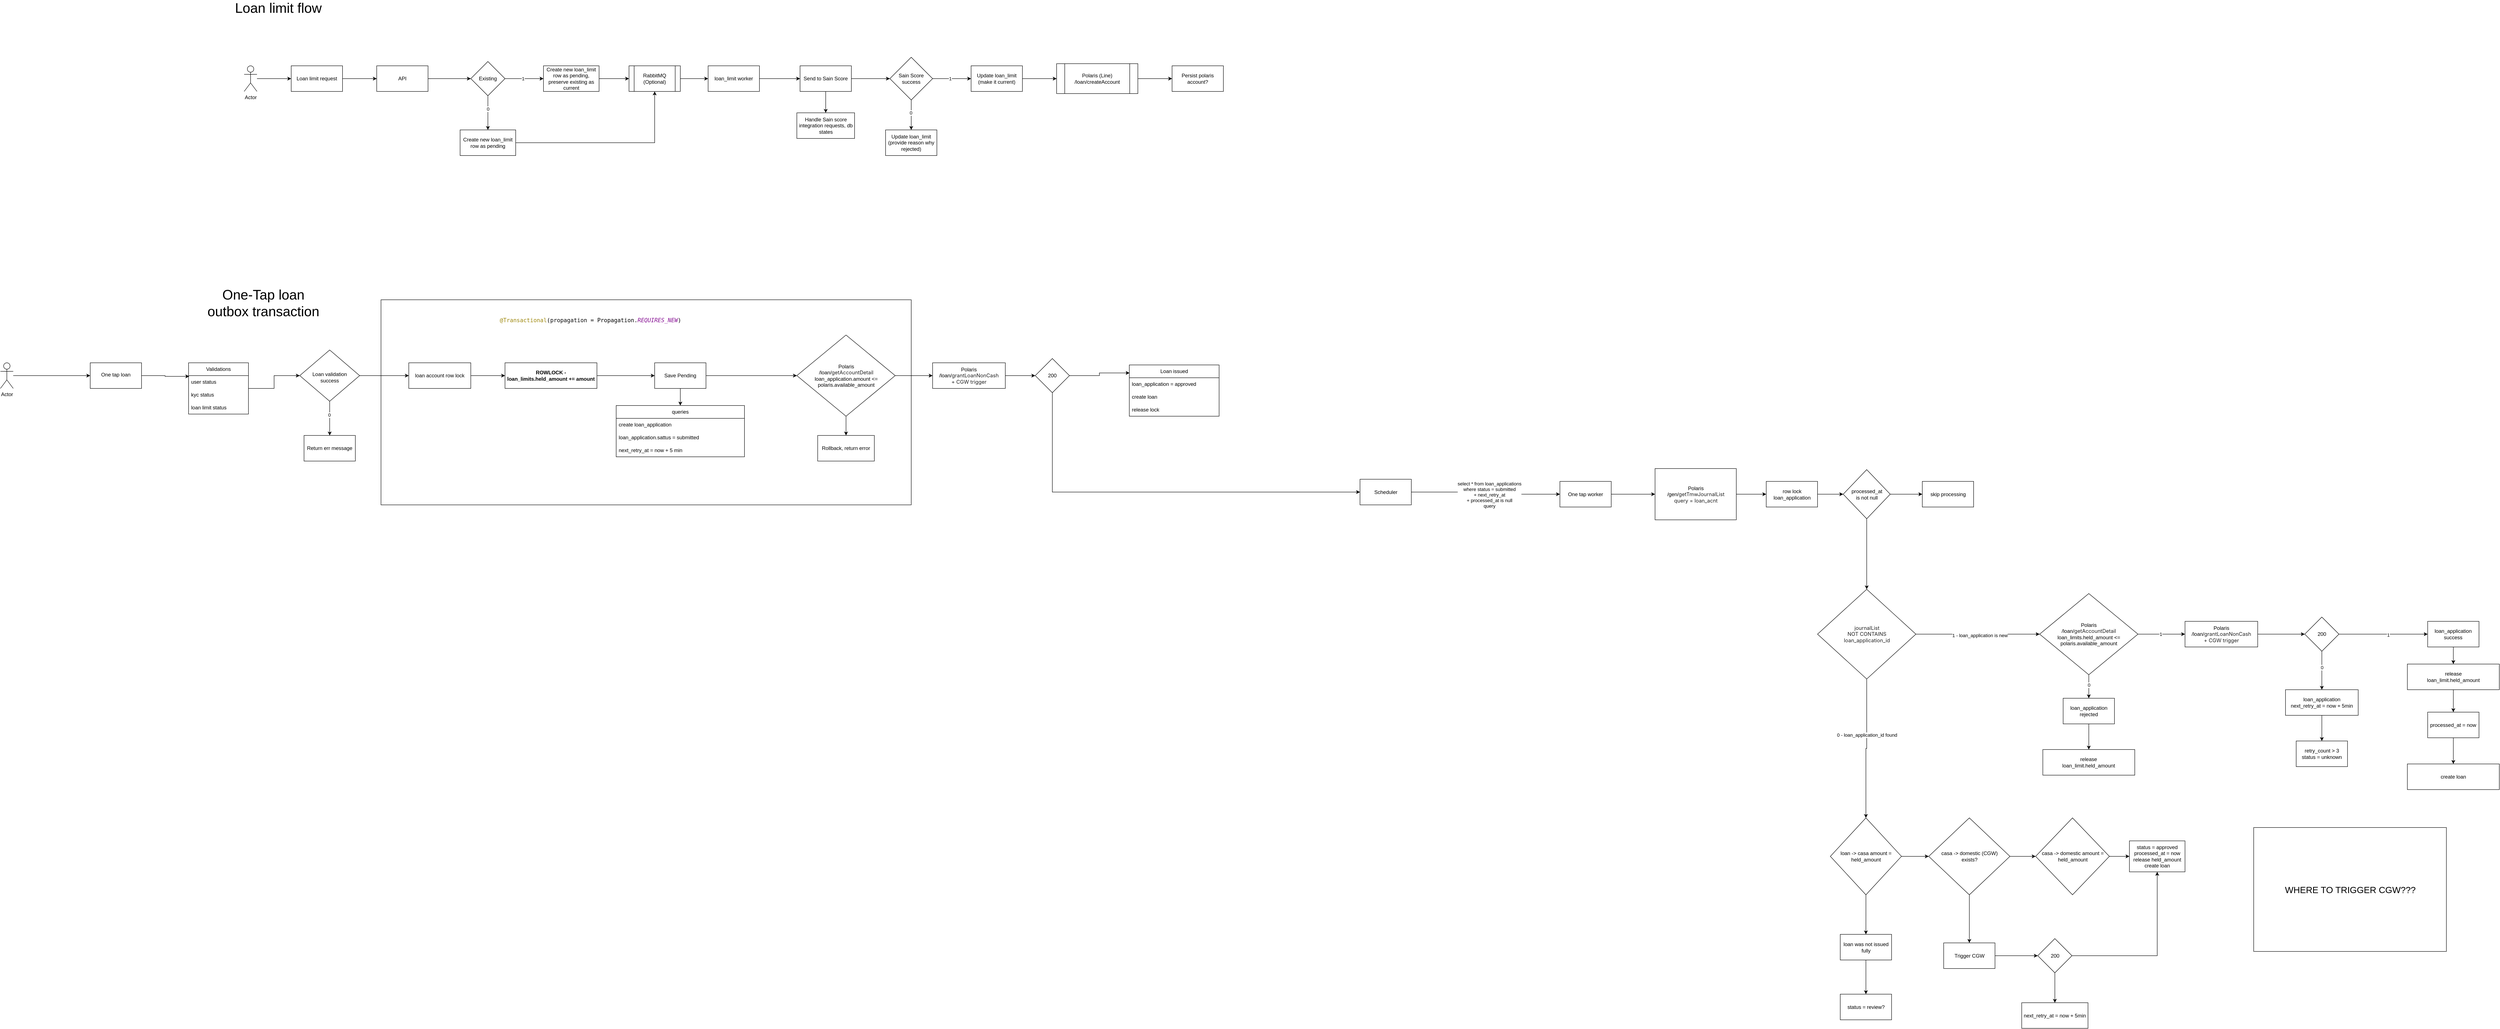
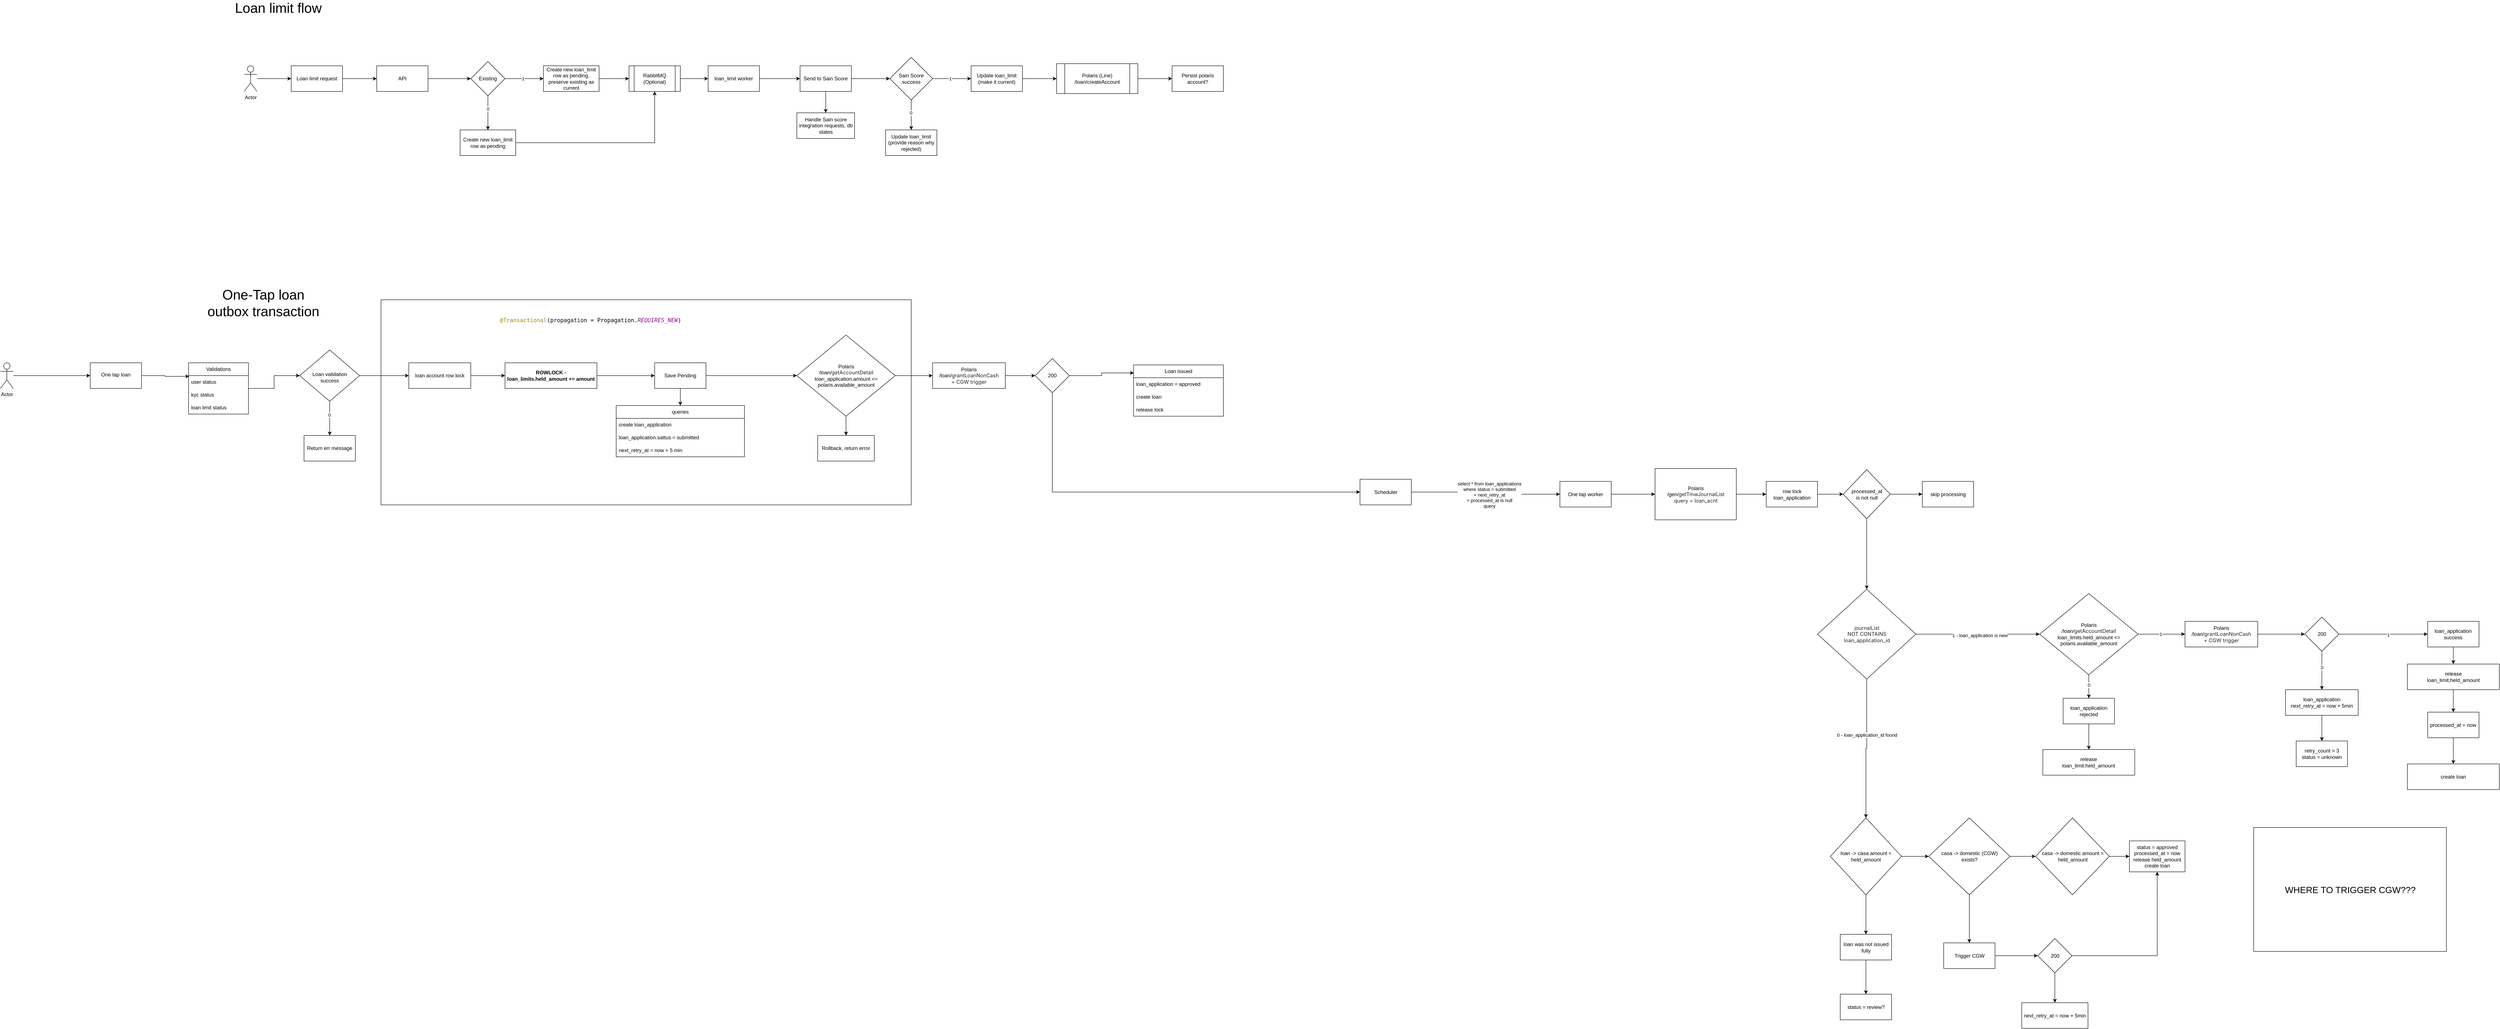
<mxfile host="app.diagrams.net">
  <diagram name="Page-1" id="VCBSuIh8bz7kurrQ0Zaz">
    <mxGraphModel dx="2259" dy="824" grid="1" gridSize="10" guides="1" tooltips="1" connect="1" arrows="1" fold="1" page="1" pageScale="1" pageWidth="850" pageHeight="1100" math="0" shadow="0">
      <root>
        <mxCell id="0" />
        <mxCell id="1" parent="0" />
        <mxCell id="In8fDh9ZLN2M87an2Miy-172" parent="1" style="rounded=0;whiteSpace=wrap;html=1;" value="" vertex="1">
          <mxGeometry height="480" width="1240" x="360" y="757.5" as="geometry" />
        </mxCell>
        <mxCell id="KqixbsF9o6dLofBvsG9t-5" edge="1" parent="1" source="KqixbsF9o6dLofBvsG9t-1" style="edgeStyle=orthogonalEdgeStyle;rounded=0;orthogonalLoop=1;jettySize=auto;html=1;" target="KqixbsF9o6dLofBvsG9t-4" value="">
          <mxGeometry relative="1" as="geometry" />
        </mxCell>
        <mxCell id="KqixbsF9o6dLofBvsG9t-1" parent="1" style="rounded=0;whiteSpace=wrap;html=1;" value="Loan limit request" vertex="1">
          <mxGeometry height="60" width="120" x="150" y="210" as="geometry" />
        </mxCell>
        <mxCell id="KqixbsF9o6dLofBvsG9t-3" edge="1" parent="1" source="KqixbsF9o6dLofBvsG9t-2" style="edgeStyle=orthogonalEdgeStyle;rounded=0;orthogonalLoop=1;jettySize=auto;html=1;" target="KqixbsF9o6dLofBvsG9t-1" value="">
          <mxGeometry relative="1" as="geometry" />
        </mxCell>
        <mxCell id="KqixbsF9o6dLofBvsG9t-2" parent="1" style="shape=umlActor;verticalLabelPosition=bottom;verticalAlign=top;html=1;outlineConnect=0;" value="Actor" vertex="1">
          <mxGeometry height="60" width="30" x="40" y="210" as="geometry" />
        </mxCell>
        <mxCell id="KqixbsF9o6dLofBvsG9t-9" edge="1" parent="1" source="KqixbsF9o6dLofBvsG9t-4" style="edgeStyle=orthogonalEdgeStyle;rounded=0;orthogonalLoop=1;jettySize=auto;html=1;" target="KqixbsF9o6dLofBvsG9t-8" value="">
          <mxGeometry relative="1" as="geometry" />
        </mxCell>
        <mxCell id="KqixbsF9o6dLofBvsG9t-4" parent="1" style="rounded=0;whiteSpace=wrap;html=1;" value="API" vertex="1">
          <mxGeometry height="60" width="120" x="350" y="210" as="geometry" />
        </mxCell>
        <mxCell id="KqixbsF9o6dLofBvsG9t-11" edge="1" parent="1" source="KqixbsF9o6dLofBvsG9t-8" style="edgeStyle=orthogonalEdgeStyle;rounded=0;orthogonalLoop=1;jettySize=auto;html=1;" target="KqixbsF9o6dLofBvsG9t-10" value="">
          <mxGeometry relative="1" as="geometry" />
        </mxCell>
        <mxCell id="KqixbsF9o6dLofBvsG9t-12" connectable="0" parent="KqixbsF9o6dLofBvsG9t-11" style="edgeLabel;html=1;align=center;verticalAlign=middle;resizable=0;points=[];" value="1" vertex="1">
          <mxGeometry relative="1" x="-0.079" as="geometry">
            <mxPoint as="offset" />
          </mxGeometry>
        </mxCell>
        <mxCell id="KqixbsF9o6dLofBvsG9t-14" edge="1" parent="1" source="KqixbsF9o6dLofBvsG9t-8" style="edgeStyle=orthogonalEdgeStyle;rounded=0;orthogonalLoop=1;jettySize=auto;html=1;" target="KqixbsF9o6dLofBvsG9t-13" value="">
          <mxGeometry relative="1" as="geometry" />
        </mxCell>
        <mxCell id="KqixbsF9o6dLofBvsG9t-15" connectable="0" parent="KqixbsF9o6dLofBvsG9t-14" style="edgeLabel;html=1;align=center;verticalAlign=middle;resizable=0;points=[];" value="0" vertex="1">
          <mxGeometry relative="1" x="-0.2407" as="geometry">
            <mxPoint as="offset" />
          </mxGeometry>
        </mxCell>
        <mxCell id="KqixbsF9o6dLofBvsG9t-8" parent="1" style="rhombus;whiteSpace=wrap;html=1;rounded=0;" value="Existing" vertex="1">
          <mxGeometry height="80" width="80" x="570" y="200" as="geometry" />
        </mxCell>
        <mxCell id="KqixbsF9o6dLofBvsG9t-23" edge="1" parent="1" source="KqixbsF9o6dLofBvsG9t-10" style="edgeStyle=orthogonalEdgeStyle;rounded=0;orthogonalLoop=1;jettySize=auto;html=1;" target="KqixbsF9o6dLofBvsG9t-22" value="">
          <mxGeometry relative="1" as="geometry" />
        </mxCell>
        <mxCell id="KqixbsF9o6dLofBvsG9t-10" parent="1" style="whiteSpace=wrap;html=1;rounded=0;" value="Create new loan_limit row as pending, preserve existing as current" vertex="1">
          <mxGeometry height="60" width="130" x="740" y="210" as="geometry" />
        </mxCell>
        <mxCell id="KqixbsF9o6dLofBvsG9t-26" edge="1" parent="1" source="KqixbsF9o6dLofBvsG9t-13" style="edgeStyle=orthogonalEdgeStyle;rounded=0;orthogonalLoop=1;jettySize=auto;html=1;entryX=0.5;entryY=1;entryDx=0;entryDy=0;" target="KqixbsF9o6dLofBvsG9t-22">
          <mxGeometry relative="1" as="geometry" />
        </mxCell>
        <mxCell id="KqixbsF9o6dLofBvsG9t-13" parent="1" style="whiteSpace=wrap;html=1;rounded=0;" value="Create new loan_limit row as pending" vertex="1">
          <mxGeometry height="60" width="130" x="545" y="360" as="geometry" />
        </mxCell>
        <mxCell id="KqixbsF9o6dLofBvsG9t-25" edge="1" parent="1" source="KqixbsF9o6dLofBvsG9t-22" style="edgeStyle=orthogonalEdgeStyle;rounded=0;orthogonalLoop=1;jettySize=auto;html=1;" target="KqixbsF9o6dLofBvsG9t-24" value="">
          <mxGeometry relative="1" as="geometry" />
        </mxCell>
        <mxCell id="KqixbsF9o6dLofBvsG9t-22" parent="1" style="shape=process;whiteSpace=wrap;html=1;backgroundOutline=1;rounded=0;" value="RabbitMQ (Optional)" vertex="1">
          <mxGeometry height="60" width="120" x="940" y="210" as="geometry" />
        </mxCell>
        <mxCell id="KqixbsF9o6dLofBvsG9t-28" edge="1" parent="1" source="KqixbsF9o6dLofBvsG9t-24" style="edgeStyle=orthogonalEdgeStyle;rounded=0;orthogonalLoop=1;jettySize=auto;html=1;" target="KqixbsF9o6dLofBvsG9t-27" value="">
          <mxGeometry relative="1" as="geometry" />
        </mxCell>
        <mxCell id="KqixbsF9o6dLofBvsG9t-24" parent="1" style="whiteSpace=wrap;html=1;rounded=0;" value="loan_limit worker" vertex="1">
          <mxGeometry height="60" width="120" x="1125" y="210" as="geometry" />
        </mxCell>
        <mxCell id="KqixbsF9o6dLofBvsG9t-30" edge="1" parent="1" source="KqixbsF9o6dLofBvsG9t-27" style="edgeStyle=orthogonalEdgeStyle;rounded=0;orthogonalLoop=1;jettySize=auto;html=1;" target="KqixbsF9o6dLofBvsG9t-29" value="">
          <mxGeometry relative="1" as="geometry" />
        </mxCell>
        <mxCell id="KqixbsF9o6dLofBvsG9t-38" edge="1" parent="1" source="KqixbsF9o6dLofBvsG9t-27" style="edgeStyle=orthogonalEdgeStyle;rounded=0;orthogonalLoop=1;jettySize=auto;html=1;" target="KqixbsF9o6dLofBvsG9t-37" value="">
          <mxGeometry relative="1" as="geometry" />
        </mxCell>
        <mxCell id="KqixbsF9o6dLofBvsG9t-27" parent="1" style="whiteSpace=wrap;html=1;rounded=0;" value="Send to Sain Score" vertex="1">
          <mxGeometry height="60" width="120" x="1340" y="210" as="geometry" />
        </mxCell>
        <mxCell id="KqixbsF9o6dLofBvsG9t-32" edge="1" parent="1" source="KqixbsF9o6dLofBvsG9t-29" style="edgeStyle=orthogonalEdgeStyle;rounded=0;orthogonalLoop=1;jettySize=auto;html=1;" target="KqixbsF9o6dLofBvsG9t-31" value="">
          <mxGeometry relative="1" as="geometry" />
        </mxCell>
        <mxCell id="KqixbsF9o6dLofBvsG9t-33" connectable="0" parent="KqixbsF9o6dLofBvsG9t-32" style="edgeLabel;html=1;align=center;verticalAlign=middle;resizable=0;points=[];" value="1" vertex="1">
          <mxGeometry relative="1" x="-0.1048" as="geometry">
            <mxPoint as="offset" />
          </mxGeometry>
        </mxCell>
        <mxCell id="KqixbsF9o6dLofBvsG9t-35" edge="1" parent="1" source="KqixbsF9o6dLofBvsG9t-29" style="edgeStyle=orthogonalEdgeStyle;rounded=0;orthogonalLoop=1;jettySize=auto;html=1;" target="KqixbsF9o6dLofBvsG9t-34" value="">
          <mxGeometry relative="1" as="geometry" />
        </mxCell>
        <mxCell id="KqixbsF9o6dLofBvsG9t-36" connectable="0" parent="KqixbsF9o6dLofBvsG9t-35" style="edgeLabel;html=1;align=center;verticalAlign=middle;resizable=0;points=[];" value="0" vertex="1">
          <mxGeometry relative="1" x="-0.1429" y="-1" as="geometry">
            <mxPoint as="offset" />
          </mxGeometry>
        </mxCell>
        <mxCell id="KqixbsF9o6dLofBvsG9t-29" parent="1" style="rhombus;whiteSpace=wrap;html=1;rounded=0;" value="Sain Score success" vertex="1">
          <mxGeometry height="100" width="100" x="1550" y="190" as="geometry" />
        </mxCell>
        <mxCell id="KqixbsF9o6dLofBvsG9t-66" edge="1" parent="1" source="KqixbsF9o6dLofBvsG9t-31" style="edgeStyle=orthogonalEdgeStyle;rounded=0;orthogonalLoop=1;jettySize=auto;html=1;" target="KqixbsF9o6dLofBvsG9t-65" value="">
          <mxGeometry relative="1" as="geometry" />
        </mxCell>
        <mxCell id="KqixbsF9o6dLofBvsG9t-31" parent="1" style="whiteSpace=wrap;html=1;rounded=0;" value="Update loan_limit (make it current)" vertex="1">
          <mxGeometry height="60" width="120" x="1740" y="210" as="geometry" />
        </mxCell>
        <mxCell id="KqixbsF9o6dLofBvsG9t-34" parent="1" style="whiteSpace=wrap;html=1;rounded=0;" value="Update loan_limit&lt;br&gt;(provide reason why rejected)" vertex="1">
          <mxGeometry height="60" width="120" x="1540" y="360" as="geometry" />
        </mxCell>
        <mxCell id="KqixbsF9o6dLofBvsG9t-37" parent="1" style="whiteSpace=wrap;html=1;rounded=0;" value="Handle Sain score integration requests, db states" vertex="1">
          <mxGeometry height="60" width="135" x="1332.5" y="320" as="geometry" />
        </mxCell>
        <mxCell id="KqixbsF9o6dLofBvsG9t-40" parent="1" style="text;html=1;whiteSpace=wrap;strokeColor=none;fillColor=none;align=center;verticalAlign=middle;rounded=0;fontSize=32;" value="Loan limit flow" vertex="1">
          <mxGeometry height="30" width="260" x="-10" y="60" as="geometry" />
        </mxCell>
        <mxCell id="KqixbsF9o6dLofBvsG9t-74" edge="1" parent="1" source="KqixbsF9o6dLofBvsG9t-65" style="edgeStyle=orthogonalEdgeStyle;rounded=0;orthogonalLoop=1;jettySize=auto;html=1;" target="KqixbsF9o6dLofBvsG9t-73" value="">
          <mxGeometry relative="1" as="geometry" />
        </mxCell>
        <mxCell id="KqixbsF9o6dLofBvsG9t-65" parent="1" style="shape=process;whiteSpace=wrap;html=1;backgroundOutline=1;rounded=0;" value="Polaris (Line)&lt;br&gt;/loan/createAccount" vertex="1">
          <mxGeometry height="70" width="190" x="1940" y="205" as="geometry" />
        </mxCell>
        <mxCell id="KqixbsF9o6dLofBvsG9t-73" parent="1" style="whiteSpace=wrap;html=1;rounded=0;" value="Persist polaris account?" vertex="1">
          <mxGeometry height="60" width="120" x="2210" y="210" as="geometry" />
        </mxCell>
        <mxCell id="U8Ajh8Gpa-m2DNKNFQys-1" parent="1" style="text;html=1;whiteSpace=wrap;strokeColor=none;fillColor=none;align=center;verticalAlign=middle;rounded=0;fontSize=32;" value="One-Tap loan&lt;br&gt;outbox transaction" vertex="1">
          <mxGeometry height="30" width="470" x="-150" y="750" as="geometry" />
        </mxCell>
        <mxCell id="In8fDh9ZLN2M87an2Miy-1" edge="1" parent="1" source="In8fDh9ZLN2M87an2Miy-2" style="edgeStyle=orthogonalEdgeStyle;rounded=0;orthogonalLoop=1;jettySize=auto;html=1;" target="In8fDh9ZLN2M87an2Miy-4" value="">
          <mxGeometry relative="1" as="geometry" />
        </mxCell>
        <mxCell id="In8fDh9ZLN2M87an2Miy-2" parent="1" style="shape=umlActor;verticalLabelPosition=bottom;verticalAlign=top;html=1;outlineConnect=0;" value="Actor" vertex="1">
          <mxGeometry height="60" width="30" x="-530" y="905" as="geometry" />
        </mxCell>
        <mxCell id="In8fDh9ZLN2M87an2Miy-3" edge="1" parent="1" source="In8fDh9ZLN2M87an2Miy-4" style="edgeStyle=orthogonalEdgeStyle;rounded=0;orthogonalLoop=1;jettySize=auto;html=1;entryX=0.011;entryY=0.06;entryDx=0;entryDy=0;entryPerimeter=0;" target="In8fDh9ZLN2M87an2Miy-28" value="">
          <mxGeometry relative="1" as="geometry">
            <mxPoint x="-110" y="935" as="targetPoint" />
          </mxGeometry>
        </mxCell>
        <mxCell id="In8fDh9ZLN2M87an2Miy-4" parent="1" style="whiteSpace=wrap;html=1;verticalAlign=top;" value="&lt;div&gt;&lt;br&gt;&lt;/div&gt;&lt;div&gt;One tap loan&lt;/div&gt;" vertex="1">
          <mxGeometry height="60" width="120" x="-320" y="905" as="geometry" />
        </mxCell>
        <mxCell id="In8fDh9ZLN2M87an2Miy-7" edge="1" parent="1" source="In8fDh9ZLN2M87an2Miy-9" style="edgeStyle=orthogonalEdgeStyle;rounded=0;orthogonalLoop=1;jettySize=auto;html=1;" target="In8fDh9ZLN2M87an2Miy-13" value="">
          <mxGeometry relative="1" as="geometry" />
        </mxCell>
        <mxCell id="In8fDh9ZLN2M87an2Miy-8" connectable="0" parent="In8fDh9ZLN2M87an2Miy-7" style="edgeLabel;html=1;align=center;verticalAlign=middle;resizable=0;points=[];" value="0" vertex="1">
          <mxGeometry relative="1" x="-0.2091" y="-1" as="geometry">
            <mxPoint as="offset" />
          </mxGeometry>
        </mxCell>
        <mxCell id="In8fDh9ZLN2M87an2Miy-163" edge="1" parent="1" source="In8fDh9ZLN2M87an2Miy-9" style="edgeStyle=orthogonalEdgeStyle;rounded=0;orthogonalLoop=1;jettySize=auto;html=1;entryX=0;entryY=0.5;entryDx=0;entryDy=0;" target="In8fDh9ZLN2M87an2Miy-161">
          <mxGeometry relative="1" as="geometry" />
        </mxCell>
        <mxCell id="In8fDh9ZLN2M87an2Miy-9" parent="1" style="rhombus;whiteSpace=wrap;html=1;verticalAlign=top;" value="&lt;br&gt;&lt;br&gt;&lt;div&gt;&lt;br&gt;&lt;/div&gt;&lt;div&gt;Loan validation&lt;br&gt;success&lt;/div&gt;" vertex="1">
          <mxGeometry height="120" width="140" x="170" y="875" as="geometry" />
        </mxCell>
        <mxCell id="In8fDh9ZLN2M87an2Miy-10" edge="1" parent="1" source="In8fDh9ZLN2M87an2Miy-12" style="edgeStyle=orthogonalEdgeStyle;rounded=0;orthogonalLoop=1;jettySize=auto;html=1;entryX=0.5;entryY=0;entryDx=0;entryDy=0;" target="In8fDh9ZLN2M87an2Miy-14">
          <mxGeometry relative="1" as="geometry" />
        </mxCell>
        <mxCell id="In8fDh9ZLN2M87an2Miy-54" edge="1" parent="1" source="In8fDh9ZLN2M87an2Miy-105" style="edgeStyle=orthogonalEdgeStyle;rounded=0;orthogonalLoop=1;jettySize=auto;html=1;exitX=1;exitY=0.5;exitDx=0;exitDy=0;" target="In8fDh9ZLN2M87an2Miy-53" value="">
          <mxGeometry relative="1" as="geometry">
            <mxPoint x="2859.5" y="1212.5" as="sourcePoint" />
          </mxGeometry>
        </mxCell>
        <mxCell id="In8fDh9ZLN2M87an2Miy-55" connectable="0" parent="In8fDh9ZLN2M87an2Miy-54" style="edgeLabel;html=1;align=center;verticalAlign=middle;resizable=0;points=[];" value="select * from loan_applications&lt;br&gt;where status = submitted&lt;br&gt;+ next_retry_at&lt;br&gt;+ processed_at is null&lt;br&gt;query" vertex="1">
          <mxGeometry relative="1" x="0.0637" y="-1" as="geometry">
            <mxPoint as="offset" />
          </mxGeometry>
        </mxCell>
        <mxCell id="In8fDh9ZLN2M87an2Miy-173" edge="1" parent="1" source="In8fDh9ZLN2M87an2Miy-12" style="edgeStyle=orthogonalEdgeStyle;rounded=0;orthogonalLoop=1;jettySize=auto;html=1;entryX=0;entryY=0.5;entryDx=0;entryDy=0;" target="In8fDh9ZLN2M87an2Miy-152">
          <mxGeometry relative="1" as="geometry" />
        </mxCell>
        <mxCell id="In8fDh9ZLN2M87an2Miy-12" parent="1" style="whiteSpace=wrap;html=1;verticalAlign=middle;" value="Save Pending" vertex="1">
          <mxGeometry height="60" width="120" x="1000" y="905" as="geometry" />
        </mxCell>
        <mxCell id="In8fDh9ZLN2M87an2Miy-13" parent="1" style="whiteSpace=wrap;html=1;verticalAlign=middle;" value="Return err message" vertex="1">
          <mxGeometry height="60" width="120" x="180" y="1075" as="geometry" />
        </mxCell>
        <mxCell id="In8fDh9ZLN2M87an2Miy-14" parent="1" style="swimlane;fontStyle=0;childLayout=stackLayout;horizontal=1;startSize=30;horizontalStack=0;resizeParent=1;resizeParentMax=0;resizeLast=0;collapsible=1;marginBottom=0;whiteSpace=wrap;html=1;" value="queries" vertex="1">
          <mxGeometry height="120" width="300" x="910" y="1005" as="geometry" />
        </mxCell>
        <mxCell id="In8fDh9ZLN2M87an2Miy-15" parent="In8fDh9ZLN2M87an2Miy-14" style="text;strokeColor=none;fillColor=none;align=left;verticalAlign=middle;spacingLeft=4;spacingRight=4;overflow=hidden;points=[[0,0.5],[1,0.5]];portConstraint=eastwest;rotatable=0;whiteSpace=wrap;html=1;" value="create loan_application" vertex="1">
          <mxGeometry height="30" width="300" y="30" as="geometry" />
        </mxCell>
        <mxCell id="In8fDh9ZLN2M87an2Miy-104" parent="In8fDh9ZLN2M87an2Miy-14" style="text;strokeColor=none;fillColor=none;align=left;verticalAlign=middle;spacingLeft=4;spacingRight=4;overflow=hidden;points=[[0,0.5],[1,0.5]];portConstraint=eastwest;rotatable=0;whiteSpace=wrap;html=1;" value="loan_application.sattus = submitted" vertex="1">
          <mxGeometry height="30" width="300" y="60" as="geometry" />
        </mxCell>
        <mxCell id="In8fDh9ZLN2M87an2Miy-17" parent="In8fDh9ZLN2M87an2Miy-14" style="text;strokeColor=none;fillColor=none;align=left;verticalAlign=middle;spacingLeft=4;spacingRight=4;overflow=hidden;points=[[0,0.5],[1,0.5]];portConstraint=eastwest;rotatable=0;whiteSpace=wrap;html=1;" value="next_retry_at = now + 5 min" vertex="1">
          <mxGeometry height="30" width="300" y="90" as="geometry" />
        </mxCell>
        <mxCell id="In8fDh9ZLN2M87an2Miy-32" edge="1" parent="1" source="In8fDh9ZLN2M87an2Miy-27" style="edgeStyle=orthogonalEdgeStyle;rounded=0;orthogonalLoop=1;jettySize=auto;html=1;entryX=0;entryY=0.5;entryDx=0;entryDy=0;" target="In8fDh9ZLN2M87an2Miy-9">
          <mxGeometry relative="1" as="geometry" />
        </mxCell>
        <mxCell id="In8fDh9ZLN2M87an2Miy-27" parent="1" style="swimlane;fontStyle=0;childLayout=stackLayout;horizontal=1;startSize=30;horizontalStack=0;resizeParent=1;resizeParentMax=0;resizeLast=0;collapsible=1;marginBottom=0;whiteSpace=wrap;html=1;" value="Validations" vertex="1">
          <mxGeometry height="120" width="140" x="-90" y="905" as="geometry" />
        </mxCell>
        <mxCell id="In8fDh9ZLN2M87an2Miy-28" parent="In8fDh9ZLN2M87an2Miy-27" style="text;strokeColor=none;fillColor=none;align=left;verticalAlign=middle;spacingLeft=4;spacingRight=4;overflow=hidden;points=[[0,0.5],[1,0.5]];portConstraint=eastwest;rotatable=0;whiteSpace=wrap;html=1;" value="user status" vertex="1">
          <mxGeometry height="30" width="140" y="30" as="geometry" />
        </mxCell>
        <mxCell id="In8fDh9ZLN2M87an2Miy-29" parent="In8fDh9ZLN2M87an2Miy-27" style="text;strokeColor=none;fillColor=none;align=left;verticalAlign=middle;spacingLeft=4;spacingRight=4;overflow=hidden;points=[[0,0.5],[1,0.5]];portConstraint=eastwest;rotatable=0;whiteSpace=wrap;html=1;" value="kyc status" vertex="1">
          <mxGeometry height="30" width="140" y="60" as="geometry" />
        </mxCell>
        <mxCell id="In8fDh9ZLN2M87an2Miy-33" parent="In8fDh9ZLN2M87an2Miy-27" style="text;strokeColor=none;fillColor=none;align=left;verticalAlign=middle;spacingLeft=4;spacingRight=4;overflow=hidden;points=[[0,0.5],[1,0.5]];portConstraint=eastwest;rotatable=0;whiteSpace=wrap;html=1;" value="loan limit status" vertex="1">
          <mxGeometry height="30" width="140" y="90" as="geometry" />
        </mxCell>
        <mxCell id="In8fDh9ZLN2M87an2Miy-116" edge="1" parent="1" source="In8fDh9ZLN2M87an2Miy-53" style="edgeStyle=orthogonalEdgeStyle;rounded=0;orthogonalLoop=1;jettySize=auto;html=1;entryX=0;entryY=0.5;entryDx=0;entryDy=0;" target="In8fDh9ZLN2M87an2Miy-68">
          <mxGeometry relative="1" as="geometry" />
        </mxCell>
        <mxCell id="In8fDh9ZLN2M87an2Miy-53" parent="1" style="whiteSpace=wrap;html=1;" value="One tap worker" vertex="1">
          <mxGeometry height="60" width="120" x="3117" y="1182.5" as="geometry" />
        </mxCell>
        <mxCell id="In8fDh9ZLN2M87an2Miy-67" edge="1" parent="1" source="In8fDh9ZLN2M87an2Miy-58" style="edgeStyle=orthogonalEdgeStyle;rounded=0;orthogonalLoop=1;jettySize=auto;html=1;entryX=0;entryY=0.5;entryDx=0;entryDy=0;" target="In8fDh9ZLN2M87an2Miy-66" value="">
          <mxGeometry relative="1" as="geometry">
            <mxPoint x="4873.87" y="1540" as="targetPoint" />
          </mxGeometry>
        </mxCell>
        <mxCell id="In8fDh9ZLN2M87an2Miy-58" parent="1" style="whiteSpace=wrap;html=1;" value="Polaris /loan/&lt;span style=&quot;color: rgb(33, 33, 33); font-family: Inter, system-ui, -apple-system, &amp;quot;system-ui&amp;quot;, &amp;quot;Segoe UI&amp;quot;, Roboto, Oxygen, Ubuntu, Cantarell, &amp;quot;Fira Sans&amp;quot;, &amp;quot;Droid Sans&amp;quot;, Helvetica, Arial, sans-serif; text-align: left; white-space: pre-wrap; background-color: rgb(255, 255, 255);&quot;&gt;grantLoanNonCash&lt;br/&gt;+ CGW trigger&lt;/span&gt;" vertex="1">
          <mxGeometry height="60" width="170" x="4578.87" y="1510" as="geometry" />
        </mxCell>
        <mxCell id="In8fDh9ZLN2M87an2Miy-62" edge="1" parent="1" source="In8fDh9ZLN2M87an2Miy-59" style="edgeStyle=orthogonalEdgeStyle;rounded=0;orthogonalLoop=1;jettySize=auto;html=1;" target="In8fDh9ZLN2M87an2Miy-61" value="">
          <mxGeometry relative="1" as="geometry" />
        </mxCell>
        <mxCell id="In8fDh9ZLN2M87an2Miy-91" connectable="0" parent="In8fDh9ZLN2M87an2Miy-62" style="edgeLabel;html=1;align=center;verticalAlign=middle;resizable=0;points=[];" value="0" vertex="1">
          <mxGeometry relative="1" x="-0.1431" as="geometry">
            <mxPoint as="offset" />
          </mxGeometry>
        </mxCell>
        <mxCell id="In8fDh9ZLN2M87an2Miy-65" edge="1" parent="1" source="In8fDh9ZLN2M87an2Miy-59" style="edgeStyle=orthogonalEdgeStyle;rounded=0;orthogonalLoop=1;jettySize=auto;html=1;" target="In8fDh9ZLN2M87an2Miy-58">
          <mxGeometry relative="1" as="geometry" />
        </mxCell>
        <mxCell id="In8fDh9ZLN2M87an2Miy-90" connectable="0" parent="In8fDh9ZLN2M87an2Miy-65" style="edgeLabel;html=1;align=center;verticalAlign=middle;resizable=0;points=[];" value="1" vertex="1">
          <mxGeometry relative="1" x="-0.0451" as="geometry">
            <mxPoint as="offset" />
          </mxGeometry>
        </mxCell>
        <mxCell id="In8fDh9ZLN2M87an2Miy-59" parent="1" style="rhombus;whiteSpace=wrap;html=1;" value="Polaris&lt;br&gt;/loan/&lt;span style=&quot;color: rgb(33, 33, 33); font-family: Inter, system-ui, -apple-system, &amp;quot;system-ui&amp;quot;, &amp;quot;Segoe UI&amp;quot;, Roboto, Oxygen, Ubuntu, Cantarell, &amp;quot;Fira Sans&amp;quot;, &amp;quot;Droid Sans&amp;quot;, Helvetica, Arial, sans-serif; text-align: left; white-space: pre-wrap; background-color: rgb(255, 255, 255);&quot;&gt;getAccountDetail&lt;/span&gt;&lt;br&gt;loan_limits.held_amount &amp;lt;= polaris.available_amount" vertex="1">
          <mxGeometry height="190" width="230" x="4238.87" y="1445" as="geometry" />
        </mxCell>
        <mxCell id="In8fDh9ZLN2M87an2Miy-64" edge="1" parent="1" source="In8fDh9ZLN2M87an2Miy-61" style="edgeStyle=orthogonalEdgeStyle;rounded=0;orthogonalLoop=1;jettySize=auto;html=1;" target="In8fDh9ZLN2M87an2Miy-63" value="">
          <mxGeometry relative="1" as="geometry" />
        </mxCell>
        <mxCell id="In8fDh9ZLN2M87an2Miy-61" parent="1" style="whiteSpace=wrap;html=1;" value="loan_application&lt;br&gt;rejected" vertex="1">
          <mxGeometry height="60" width="120" x="4293.87" y="1690" as="geometry" />
        </mxCell>
        <mxCell id="In8fDh9ZLN2M87an2Miy-63" parent="1" style="whiteSpace=wrap;html=1;" value="release &lt;br&gt;loan_limit.held_amount" vertex="1">
          <mxGeometry height="60" width="215" x="4246.37" y="1810" as="geometry" />
        </mxCell>
        <mxCell id="In8fDh9ZLN2M87an2Miy-81" edge="1" parent="1" source="In8fDh9ZLN2M87an2Miy-66" style="edgeStyle=orthogonalEdgeStyle;rounded=0;orthogonalLoop=1;jettySize=auto;html=1;entryX=0;entryY=0.5;entryDx=0;entryDy=0;" target="In8fDh9ZLN2M87an2Miy-79">
          <mxGeometry relative="1" as="geometry" />
        </mxCell>
        <mxCell id="In8fDh9ZLN2M87an2Miy-92" connectable="0" parent="In8fDh9ZLN2M87an2Miy-81" style="edgeLabel;html=1;align=center;verticalAlign=middle;resizable=0;points=[];" value="1" vertex="1">
          <mxGeometry relative="1" x="0.1055" y="-2" as="geometry">
            <mxPoint as="offset" />
          </mxGeometry>
        </mxCell>
        <mxCell id="In8fDh9ZLN2M87an2Miy-83" edge="1" parent="1" source="In8fDh9ZLN2M87an2Miy-66" style="edgeStyle=orthogonalEdgeStyle;rounded=0;orthogonalLoop=1;jettySize=auto;html=1;" target="In8fDh9ZLN2M87an2Miy-82" value="">
          <mxGeometry relative="1" as="geometry" />
        </mxCell>
        <mxCell id="In8fDh9ZLN2M87an2Miy-93" connectable="0" parent="In8fDh9ZLN2M87an2Miy-83" style="edgeLabel;html=1;align=center;verticalAlign=middle;resizable=0;points=[];" value="0" vertex="1">
          <mxGeometry relative="1" x="-0.1623" as="geometry">
            <mxPoint as="offset" />
          </mxGeometry>
        </mxCell>
        <mxCell id="In8fDh9ZLN2M87an2Miy-66" parent="1" style="rhombus;whiteSpace=wrap;html=1;" value="200" vertex="1">
          <mxGeometry height="80" width="80" x="4858.87" y="1500" as="geometry" />
        </mxCell>
        <mxCell id="In8fDh9ZLN2M87an2Miy-119" edge="1" parent="1" source="In8fDh9ZLN2M87an2Miy-68" style="edgeStyle=orthogonalEdgeStyle;rounded=0;orthogonalLoop=1;jettySize=auto;html=1;" target="In8fDh9ZLN2M87an2Miy-118" value="">
          <mxGeometry relative="1" as="geometry" />
        </mxCell>
        <mxCell id="In8fDh9ZLN2M87an2Miy-68" parent="1" style="whiteSpace=wrap;html=1;" value="Polaris&lt;br&gt;/gen/&lt;span style=&quot;white-space: pre-wrap; color: rgb(33, 33, 33); font-family: Inter, system-ui, -apple-system, &amp;quot;system-ui&amp;quot;, &amp;quot;Segoe UI&amp;quot;, Roboto, Oxygen, Ubuntu, Cantarell, &amp;quot;Fira Sans&amp;quot;, &amp;quot;Droid Sans&amp;quot;, Helvetica, Arial, sans-serif; text-align: left; background-color: rgb(255, 255, 255);&quot;&gt;getTmwJournalList&lt;br&gt;query = loan_acnt&lt;/span&gt;" vertex="1">
          <mxGeometry height="120" width="190" x="3339.5" y="1152.5" as="geometry" />
        </mxCell>
        <mxCell id="In8fDh9ZLN2M87an2Miy-71" edge="1" parent="1" source="In8fDh9ZLN2M87an2Miy-69" style="edgeStyle=orthogonalEdgeStyle;rounded=0;orthogonalLoop=1;jettySize=auto;html=1;entryX=0;entryY=0.5;entryDx=0;entryDy=0;" target="In8fDh9ZLN2M87an2Miy-59">
          <mxGeometry relative="1" as="geometry" />
        </mxCell>
        <mxCell id="In8fDh9ZLN2M87an2Miy-77" connectable="0" parent="In8fDh9ZLN2M87an2Miy-71" style="edgeLabel;html=1;align=center;verticalAlign=middle;resizable=0;points=[];" value="1 - loan_application is new" vertex="1">
          <mxGeometry relative="1" x="0.0312" y="-3" as="geometry">
            <mxPoint as="offset" />
          </mxGeometry>
        </mxCell>
        <mxCell id="In8fDh9ZLN2M87an2Miy-73" edge="1" parent="1" source="In8fDh9ZLN2M87an2Miy-69" style="edgeStyle=orthogonalEdgeStyle;rounded=0;orthogonalLoop=1;jettySize=auto;html=1;entryX=0.5;entryY=0;entryDx=0;entryDy=0;" target="In8fDh9ZLN2M87an2Miy-111" value="">
          <mxGeometry relative="1" as="geometry">
            <mxPoint x="3833.87" y="1740" as="targetPoint" />
          </mxGeometry>
        </mxCell>
        <mxCell id="In8fDh9ZLN2M87an2Miy-74" connectable="0" parent="In8fDh9ZLN2M87an2Miy-73" style="edgeLabel;html=1;align=center;verticalAlign=middle;resizable=0;points=[];" value="0 - loan_application_id found" vertex="1">
          <mxGeometry relative="1" x="-0.1975" as="geometry">
            <mxPoint as="offset" />
          </mxGeometry>
        </mxCell>
        <mxCell id="In8fDh9ZLN2M87an2Miy-69" parent="1" style="rhombus;whiteSpace=wrap;html=1;verticalAlign=middle;" value="&lt;div style=&quot;text-align: center;&quot;&gt;&lt;span style=&quot;background-color: light-dark(rgb(255, 255, 255), rgb(18, 18, 18)); color: light-dark(rgb(33, 33, 33), rgb(209, 209, 209)); font-family: Inter, system-ui, -apple-system, &amp;quot;system-ui&amp;quot;, &amp;quot;Segoe UI&amp;quot;, Roboto, Oxygen, Ubuntu, Cantarell, &amp;quot;Fira Sans&amp;quot;, &amp;quot;Droid Sans&amp;quot;, Helvetica, Arial, sans-serif; text-align: left; white-space: pre-wrap;&quot;&gt;journalList&lt;br&gt;NOT CONTAINS&lt;/span&gt;&lt;/div&gt;&lt;span style=&quot;white-space: pre-wrap; color: rgb(33, 33, 33); font-family: Inter, system-ui, -apple-system, &amp;quot;system-ui&amp;quot;, &amp;quot;Segoe UI&amp;quot;, Roboto, Oxygen, Ubuntu, Cantarell, &amp;quot;Fira Sans&amp;quot;, &amp;quot;Droid Sans&amp;quot;, Helvetica, Arial, sans-serif; text-align: left; background-color: rgb(255, 255, 255);&quot;&gt;loan_application_id&lt;/span&gt;" vertex="1">
          <mxGeometry height="210" width="230" x="3719.5" y="1435" as="geometry" />
        </mxCell>
        <mxCell id="In8fDh9ZLN2M87an2Miy-78" edge="1" parent="1" source="In8fDh9ZLN2M87an2Miy-79" style="edgeStyle=orthogonalEdgeStyle;rounded=0;orthogonalLoop=1;jettySize=auto;html=1;" target="In8fDh9ZLN2M87an2Miy-80" value="">
          <mxGeometry relative="1" as="geometry" />
        </mxCell>
        <mxCell id="In8fDh9ZLN2M87an2Miy-79" parent="1" style="whiteSpace=wrap;html=1;" value="loan_application&lt;br&gt;success" vertex="1">
          <mxGeometry height="60" width="120" x="5146.37" y="1510" as="geometry" />
        </mxCell>
        <mxCell id="In8fDh9ZLN2M87an2Miy-132" edge="1" parent="1" source="In8fDh9ZLN2M87an2Miy-80" style="edgeStyle=orthogonalEdgeStyle;rounded=0;orthogonalLoop=1;jettySize=auto;html=1;" target="In8fDh9ZLN2M87an2Miy-131" value="">
          <mxGeometry relative="1" as="geometry" />
        </mxCell>
        <mxCell id="In8fDh9ZLN2M87an2Miy-80" parent="1" style="whiteSpace=wrap;html=1;" value="release &lt;br&gt;loan_limit.held_amount" vertex="1">
          <mxGeometry height="60" width="215" x="5098.87" y="1610" as="geometry" />
        </mxCell>
        <mxCell id="In8fDh9ZLN2M87an2Miy-95" edge="1" parent="1" source="In8fDh9ZLN2M87an2Miy-82" style="edgeStyle=orthogonalEdgeStyle;rounded=0;orthogonalLoop=1;jettySize=auto;html=1;" target="In8fDh9ZLN2M87an2Miy-94" value="">
          <mxGeometry relative="1" as="geometry" />
        </mxCell>
        <mxCell id="In8fDh9ZLN2M87an2Miy-82" parent="1" style="whiteSpace=wrap;html=1;" value="loan_application&lt;br&gt;next_retry_at = now + 5min" vertex="1">
          <mxGeometry height="60" width="170" x="4813.87" y="1670" as="geometry" />
        </mxCell>
        <mxCell id="In8fDh9ZLN2M87an2Miy-88" parent="1" style="whiteSpace=wrap;html=1;" value="create loan" vertex="1">
          <mxGeometry height="60" width="215" x="5098.87" y="1843.75" as="geometry" />
        </mxCell>
        <mxCell id="In8fDh9ZLN2M87an2Miy-94" parent="1" style="whiteSpace=wrap;html=1;" value="retry_count &amp;gt; 3&lt;br&gt;status = unknown" vertex="1">
          <mxGeometry height="60" width="120" x="4838.87" y="1790" as="geometry" />
        </mxCell>
        <mxCell id="In8fDh9ZLN2M87an2Miy-105" parent="1" style="rounded=0;whiteSpace=wrap;html=1;" value="Scheduler" vertex="1">
          <mxGeometry height="60" width="120" x="2649.5" y="1177.5" as="geometry" />
        </mxCell>
        <mxCell id="In8fDh9ZLN2M87an2Miy-127" edge="1" parent="1" source="In8fDh9ZLN2M87an2Miy-111" style="edgeStyle=orthogonalEdgeStyle;rounded=0;orthogonalLoop=1;jettySize=auto;html=1;" target="In8fDh9ZLN2M87an2Miy-126" value="">
          <mxGeometry relative="1" as="geometry" />
        </mxCell>
        <mxCell id="In8fDh9ZLN2M87an2Miy-135" edge="1" parent="1" source="In8fDh9ZLN2M87an2Miy-111" style="edgeStyle=orthogonalEdgeStyle;rounded=0;orthogonalLoop=1;jettySize=auto;html=1;entryX=0;entryY=0.5;entryDx=0;entryDy=0;" target="In8fDh9ZLN2M87an2Miy-134">
          <mxGeometry relative="1" as="geometry" />
        </mxCell>
        <mxCell id="In8fDh9ZLN2M87an2Miy-111" parent="1" style="rhombus;whiteSpace=wrap;html=1;" value="loan -&amp;gt; casa amount = held_amount" vertex="1">
          <mxGeometry height="180" width="166.25" x="3749.5" y="1970" as="geometry" />
        </mxCell>
        <mxCell id="In8fDh9ZLN2M87an2Miy-113" parent="1" style="whiteSpace=wrap;html=1;" value="status = approved&lt;br&gt;processed_at = now&lt;br&gt;release held_amount&lt;br&gt;create loan" vertex="1">
          <mxGeometry height="72.5" width="130" x="4448.87" y="2023.75" as="geometry" />
        </mxCell>
        <mxCell id="In8fDh9ZLN2M87an2Miy-122" edge="1" parent="1" source="In8fDh9ZLN2M87an2Miy-118" style="edgeStyle=orthogonalEdgeStyle;rounded=0;orthogonalLoop=1;jettySize=auto;html=1;" target="In8fDh9ZLN2M87an2Miy-121" value="">
          <mxGeometry relative="1" as="geometry" />
        </mxCell>
        <mxCell id="In8fDh9ZLN2M87an2Miy-118" parent="1" style="whiteSpace=wrap;html=1;" value="row lock&lt;br&gt;loan_application" vertex="1">
          <mxGeometry height="60" width="120" x="3599.5" y="1182.5" as="geometry" />
        </mxCell>
        <mxCell id="In8fDh9ZLN2M87an2Miy-124" edge="1" parent="1" source="In8fDh9ZLN2M87an2Miy-121" style="edgeStyle=orthogonalEdgeStyle;rounded=0;orthogonalLoop=1;jettySize=auto;html=1;" target="In8fDh9ZLN2M87an2Miy-123" value="">
          <mxGeometry relative="1" as="geometry" />
        </mxCell>
        <mxCell id="In8fDh9ZLN2M87an2Miy-125" edge="1" parent="1" source="In8fDh9ZLN2M87an2Miy-121" style="edgeStyle=orthogonalEdgeStyle;rounded=0;orthogonalLoop=1;jettySize=auto;html=1;entryX=0.5;entryY=0;entryDx=0;entryDy=0;" target="In8fDh9ZLN2M87an2Miy-69">
          <mxGeometry relative="1" as="geometry" />
        </mxCell>
        <mxCell id="In8fDh9ZLN2M87an2Miy-121" parent="1" style="rhombus;whiteSpace=wrap;html=1;" value="processed_at &lt;br&gt;is not null" vertex="1">
          <mxGeometry height="115" width="110" x="3779.5" y="1155" as="geometry" />
        </mxCell>
        <mxCell id="In8fDh9ZLN2M87an2Miy-123" parent="1" style="whiteSpace=wrap;html=1;" value="skip processing" vertex="1">
          <mxGeometry height="60" width="120" x="3964.5" y="1182.5" as="geometry" />
        </mxCell>
        <mxCell id="In8fDh9ZLN2M87an2Miy-129" edge="1" parent="1" source="In8fDh9ZLN2M87an2Miy-126" style="edgeStyle=orthogonalEdgeStyle;rounded=0;orthogonalLoop=1;jettySize=auto;html=1;" target="In8fDh9ZLN2M87an2Miy-128" value="">
          <mxGeometry relative="1" as="geometry" />
        </mxCell>
        <mxCell id="In8fDh9ZLN2M87an2Miy-126" parent="1" style="whiteSpace=wrap;html=1;" value="loan was not issued fully" vertex="1">
          <mxGeometry height="60" width="120" x="3772.625" y="2242.5" as="geometry" />
        </mxCell>
        <mxCell id="In8fDh9ZLN2M87an2Miy-128" parent="1" style="whiteSpace=wrap;html=1;" value="status = review?" vertex="1">
          <mxGeometry height="60" width="120" x="3772.625" y="2382.5" as="geometry" />
        </mxCell>
        <mxCell id="In8fDh9ZLN2M87an2Miy-130" parent="1" style="rounded=0;whiteSpace=wrap;html=1;fontSize=21;" value="WHERE TO TRIGGER CGW???" vertex="1">
          <mxGeometry height="290" width="450.63" x="4739.5" y="1992.5" as="geometry" />
        </mxCell>
        <mxCell id="In8fDh9ZLN2M87an2Miy-133" edge="1" parent="1" source="In8fDh9ZLN2M87an2Miy-131" style="edgeStyle=orthogonalEdgeStyle;rounded=0;orthogonalLoop=1;jettySize=auto;html=1;" target="In8fDh9ZLN2M87an2Miy-88" value="">
          <mxGeometry relative="1" as="geometry" />
        </mxCell>
        <mxCell id="In8fDh9ZLN2M87an2Miy-131" parent="1" style="whiteSpace=wrap;html=1;" value="processed_at = now" vertex="1">
          <mxGeometry height="60" width="120" x="5146.37" y="1722.5" as="geometry" />
        </mxCell>
        <mxCell id="In8fDh9ZLN2M87an2Miy-141" edge="1" parent="1" source="In8fDh9ZLN2M87an2Miy-134" style="edgeStyle=orthogonalEdgeStyle;rounded=0;orthogonalLoop=1;jettySize=auto;html=1;entryX=0;entryY=0.5;entryDx=0;entryDy=0;" target="In8fDh9ZLN2M87an2Miy-139">
          <mxGeometry relative="1" as="geometry" />
        </mxCell>
        <mxCell id="In8fDh9ZLN2M87an2Miy-145" edge="1" parent="1" source="In8fDh9ZLN2M87an2Miy-134" style="edgeStyle=orthogonalEdgeStyle;rounded=0;orthogonalLoop=1;jettySize=auto;html=1;" target="In8fDh9ZLN2M87an2Miy-144" value="">
          <mxGeometry relative="1" as="geometry" />
        </mxCell>
        <mxCell id="In8fDh9ZLN2M87an2Miy-134" parent="1" style="rhombus;whiteSpace=wrap;html=1;" value="casa -&amp;gt; domestic (CGW)&lt;br&gt;exists?" vertex="1">
          <mxGeometry height="180" width="190" x="3979.5" y="1970" as="geometry" />
        </mxCell>
        <mxCell id="In8fDh9ZLN2M87an2Miy-142" edge="1" parent="1" source="In8fDh9ZLN2M87an2Miy-139" style="edgeStyle=orthogonalEdgeStyle;rounded=0;orthogonalLoop=1;jettySize=auto;html=1;entryX=0;entryY=0.5;entryDx=0;entryDy=0;" target="In8fDh9ZLN2M87an2Miy-113">
          <mxGeometry relative="1" as="geometry" />
        </mxCell>
        <mxCell id="In8fDh9ZLN2M87an2Miy-139" parent="1" style="rhombus;whiteSpace=wrap;html=1;" value="casa -&amp;gt; domestic amount = held_amount" vertex="1">
          <mxGeometry height="180" width="172.5" x="4229.5" y="1970" as="geometry" />
        </mxCell>
        <mxCell id="In8fDh9ZLN2M87an2Miy-147" edge="1" parent="1" source="In8fDh9ZLN2M87an2Miy-144" style="edgeStyle=orthogonalEdgeStyle;rounded=0;orthogonalLoop=1;jettySize=auto;html=1;" target="In8fDh9ZLN2M87an2Miy-146" value="">
          <mxGeometry relative="1" as="geometry" />
        </mxCell>
        <mxCell id="In8fDh9ZLN2M87an2Miy-144" parent="1" style="whiteSpace=wrap;html=1;" value="Trigger CGW" vertex="1">
          <mxGeometry height="60" width="120" x="4014.5" y="2262.5" as="geometry" />
        </mxCell>
        <mxCell id="In8fDh9ZLN2M87an2Miy-148" edge="1" parent="1" source="In8fDh9ZLN2M87an2Miy-146" style="edgeStyle=orthogonalEdgeStyle;rounded=0;orthogonalLoop=1;jettySize=auto;html=1;entryX=0.5;entryY=1;entryDx=0;entryDy=0;" target="In8fDh9ZLN2M87an2Miy-113">
          <mxGeometry relative="1" as="geometry" />
        </mxCell>
        <mxCell id="In8fDh9ZLN2M87an2Miy-150" edge="1" parent="1" source="In8fDh9ZLN2M87an2Miy-146" style="edgeStyle=orthogonalEdgeStyle;rounded=0;orthogonalLoop=1;jettySize=auto;html=1;" target="In8fDh9ZLN2M87an2Miy-149" value="">
          <mxGeometry relative="1" as="geometry" />
        </mxCell>
        <mxCell id="In8fDh9ZLN2M87an2Miy-146" parent="1" style="rhombus;whiteSpace=wrap;html=1;" value="200" vertex="1">
          <mxGeometry height="80" width="80" x="4234.5" y="2252.5" as="geometry" />
        </mxCell>
        <mxCell id="In8fDh9ZLN2M87an2Miy-149" parent="1" style="whiteSpace=wrap;html=1;" value="next_retry_at = now + 5min" vertex="1">
          <mxGeometry height="60" width="155" x="4197" y="2402.5" as="geometry" />
        </mxCell>
        <mxCell id="In8fDh9ZLN2M87an2Miy-154" edge="1" parent="1" source="In8fDh9ZLN2M87an2Miy-152" style="edgeStyle=orthogonalEdgeStyle;rounded=0;orthogonalLoop=1;jettySize=auto;html=1;entryX=0;entryY=0.5;entryDx=0;entryDy=0;" target="In8fDh9ZLN2M87an2Miy-153">
          <mxGeometry relative="1" as="geometry" />
        </mxCell>
        <mxCell id="In8fDh9ZLN2M87an2Miy-176" edge="1" parent="1" source="In8fDh9ZLN2M87an2Miy-152" style="edgeStyle=orthogonalEdgeStyle;rounded=0;orthogonalLoop=1;jettySize=auto;html=1;" target="In8fDh9ZLN2M87an2Miy-175" value="">
          <mxGeometry relative="1" as="geometry" />
        </mxCell>
        <mxCell id="In8fDh9ZLN2M87an2Miy-152" parent="1" style="rhombus;whiteSpace=wrap;html=1;" value="Polaris&lt;br&gt;/loan/&lt;span style=&quot;color: rgb(33, 33, 33); font-family: Inter, system-ui, -apple-system, &amp;quot;system-ui&amp;quot;, &amp;quot;Segoe UI&amp;quot;, Roboto, Oxygen, Ubuntu, Cantarell, &amp;quot;Fira Sans&amp;quot;, &amp;quot;Droid Sans&amp;quot;, Helvetica, Arial, sans-serif; text-align: left; white-space: pre-wrap; background-color: rgb(255, 255, 255);&quot;&gt;getAccountDetail&lt;/span&gt;&lt;br&gt;loan_application.amount &amp;lt;= polaris.available_amount" vertex="1">
          <mxGeometry height="190" width="230" x="1332.5" y="840" as="geometry" />
        </mxCell>
        <mxCell id="In8fDh9ZLN2M87an2Miy-158" edge="1" parent="1" source="In8fDh9ZLN2M87an2Miy-153" style="edgeStyle=orthogonalEdgeStyle;rounded=0;orthogonalLoop=1;jettySize=auto;html=1;entryX=0;entryY=0.5;entryDx=0;entryDy=0;" target="In8fDh9ZLN2M87an2Miy-157">
          <mxGeometry relative="1" as="geometry" />
        </mxCell>
        <mxCell id="In8fDh9ZLN2M87an2Miy-153" parent="1" style="whiteSpace=wrap;html=1;" value="Polaris /loan/&lt;span style=&quot;color: rgb(33, 33, 33); font-family: Inter, system-ui, -apple-system, &amp;quot;system-ui&amp;quot;, &amp;quot;Segoe UI&amp;quot;, Roboto, Oxygen, Ubuntu, Cantarell, &amp;quot;Fira Sans&amp;quot;, &amp;quot;Droid Sans&amp;quot;, Helvetica, Arial, sans-serif; text-align: left; white-space: pre-wrap; background-color: rgb(255, 255, 255);&quot;&gt;grantLoanNonCash&lt;br/&gt;+ CGW trigger&lt;/span&gt;" vertex="1">
          <mxGeometry height="60" width="170" x="1650" y="905" as="geometry" />
        </mxCell>
        <mxCell id="In8fDh9ZLN2M87an2Miy-177" edge="1" parent="1" source="In8fDh9ZLN2M87an2Miy-157" style="edgeStyle=orthogonalEdgeStyle;rounded=0;orthogonalLoop=1;jettySize=auto;html=1;entryX=0;entryY=0.5;entryDx=0;entryDy=0;" target="In8fDh9ZLN2M87an2Miy-105">
          <mxGeometry relative="1" as="geometry">
            <Array as="points">
              <mxPoint x="1930" y="1207" />
            </Array>
            <mxPoint x="2339.5" y="1207.5" as="targetPoint" />
          </mxGeometry>
        </mxCell>
        <mxCell id="In8fDh9ZLN2M87an2Miy-157" parent="1" style="rhombus;whiteSpace=wrap;html=1;" value="200" vertex="1">
          <mxGeometry height="80" width="80" x="1890" y="895" as="geometry" />
        </mxCell>
        <mxCell id="In8fDh9ZLN2M87an2Miy-164" edge="1" parent="1" source="In8fDh9ZLN2M87an2Miy-161" style="edgeStyle=orthogonalEdgeStyle;rounded=0;orthogonalLoop=1;jettySize=auto;html=1;" target="In8fDh9ZLN2M87an2Miy-162" value="">
          <mxGeometry relative="1" as="geometry" />
        </mxCell>
        <mxCell id="In8fDh9ZLN2M87an2Miy-161" parent="1" style="rounded=0;whiteSpace=wrap;html=1;" value="loan account row lock" vertex="1">
          <mxGeometry height="60" width="145" x="425" y="905" as="geometry" />
        </mxCell>
        <mxCell id="In8fDh9ZLN2M87an2Miy-165" edge="1" parent="1" source="In8fDh9ZLN2M87an2Miy-162" style="edgeStyle=orthogonalEdgeStyle;rounded=0;orthogonalLoop=1;jettySize=auto;html=1;" target="In8fDh9ZLN2M87an2Miy-12">
          <mxGeometry relative="1" as="geometry" />
        </mxCell>
        <mxCell id="In8fDh9ZLN2M87an2Miy-162" parent="1" style="rounded=0;whiteSpace=wrap;html=1;" value="&lt;span style=&quot;font-weight: 700; text-align: left;&quot;&gt;ROWLOCK - loan_limits.held_amount += amount&lt;/span&gt;" vertex="1">
          <mxGeometry height="60" width="215" x="650" y="905" as="geometry" />
        </mxCell>
        <mxCell id="In8fDh9ZLN2M87an2Miy-166" parent="1" style="swimlane;fontStyle=0;childLayout=stackLayout;horizontal=1;startSize=30;horizontalStack=0;resizeParent=1;resizeParentMax=0;resizeLast=0;collapsible=1;marginBottom=0;whiteSpace=wrap;html=1;" value="Loan issued" vertex="1">
-           <mxGeometry height="120" width="210" x="2110" y="910" as="geometry" />
+           <mxGeometry height="120" width="210" x="2120" y="910" as="geometry" />
        </mxCell>
        <mxCell id="In8fDh9ZLN2M87an2Miy-167" parent="In8fDh9ZLN2M87an2Miy-166" style="text;strokeColor=none;fillColor=none;align=left;verticalAlign=middle;spacingLeft=4;spacingRight=4;overflow=hidden;points=[[0,0.5],[1,0.5]];portConstraint=eastwest;rotatable=0;whiteSpace=wrap;html=1;" value="loan_application = approved" vertex="1">
          <mxGeometry height="30" width="210" y="30" as="geometry" />
        </mxCell>
        <mxCell id="In8fDh9ZLN2M87an2Miy-168" parent="In8fDh9ZLN2M87an2Miy-166" style="text;strokeColor=none;fillColor=none;align=left;verticalAlign=middle;spacingLeft=4;spacingRight=4;overflow=hidden;points=[[0,0.5],[1,0.5]];portConstraint=eastwest;rotatable=0;whiteSpace=wrap;html=1;" value="create loan" vertex="1">
          <mxGeometry height="30" width="210" y="60" as="geometry" />
        </mxCell>
        <mxCell id="In8fDh9ZLN2M87an2Miy-169" parent="In8fDh9ZLN2M87an2Miy-166" style="text;strokeColor=none;fillColor=none;align=left;verticalAlign=middle;spacingLeft=4;spacingRight=4;overflow=hidden;points=[[0,0.5],[1,0.5]];portConstraint=eastwest;rotatable=0;whiteSpace=wrap;html=1;" value="release lock" vertex="1">
          <mxGeometry height="30" width="210" y="90" as="geometry" />
        </mxCell>
        <mxCell id="In8fDh9ZLN2M87an2Miy-170" edge="1" parent="1" source="In8fDh9ZLN2M87an2Miy-157" style="edgeStyle=orthogonalEdgeStyle;rounded=0;orthogonalLoop=1;jettySize=auto;html=1;entryX=0.003;entryY=0.156;entryDx=0;entryDy=0;entryPerimeter=0;" target="In8fDh9ZLN2M87an2Miy-166">
          <mxGeometry relative="1" as="geometry" />
        </mxCell>
        <mxCell id="In8fDh9ZLN2M87an2Miy-174" parent="1" style="text;html=1;whiteSpace=wrap;strokeColor=none;fillColor=none;align=center;verticalAlign=middle;rounded=0;" value="&lt;div style=&quot;background-color:#ffffff;color:#080808&quot;&gt;&lt;pre style=&quot;font-family:&#39;JetBrains Mono&#39;,monospace;font-size:9.8pt;&quot;&gt;&lt;span style=&quot;color:#9e880d;&quot;&gt;@Transactional&lt;/span&gt;(propagation = &lt;span style=&quot;color:#000000;&quot;&gt;Propagation&lt;/span&gt;.&lt;span style=&quot;color:#871094;font-style:italic;&quot;&gt;REQUIRES_NEW&lt;/span&gt;)&lt;/pre&gt;&lt;/div&gt;" vertex="1">
          <mxGeometry height="30" width="240" x="730" y="790" as="geometry" />
        </mxCell>
        <mxCell id="In8fDh9ZLN2M87an2Miy-175" parent="1" style="whiteSpace=wrap;html=1;" value="Rollback, return error" vertex="1">
          <mxGeometry height="60" width="132.5" x="1381.25" y="1075" as="geometry" />
        </mxCell>
      </root>
    </mxGraphModel>
  </diagram>
</mxfile>
